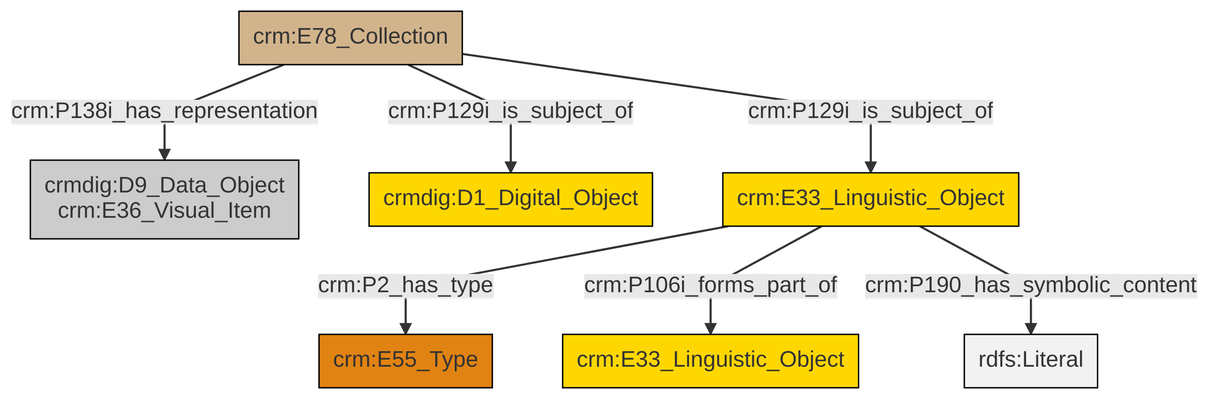
swiss-art-research-net/docs.swissartresearch keeps this Mermaid diagram as et/archivalCSV/ttl/mmd/png/archival_docs.png. Above is the earlier version. Its source is kept beside it as et/archivalCSV/ttl/mmd/archival_docs.ttl.mmd.
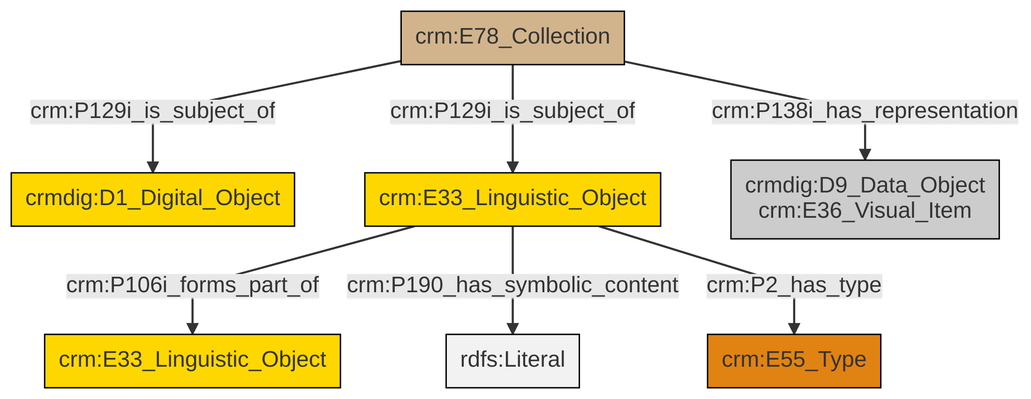
After the commit.

What changed in the source:
```diff
@@ -13,9 +13,9 @@
 classDef PC_Classes fill:#4ce600, stroke:#000000;
 classDef Multi fill:#cccccc,stroke:#000000;
 
-0["crm:E78_Collection"]:::Physical_Thing -->|crm:P138i_has_representation| 1["crmdig:D9_Data_Object<br>crm:E36_Visual_Item"]:::Multi
-6["crm:E33_Linguistic_Object"]:::Conceptual_Object -->|crm:P2_has_type| 4["crm:E55_Type"]:::Type
-0["crm:E78_Collection"]:::Physical_Thing -->|crm:P129i_is_subject_of| 2["crmdig:D1_Digital_Object"]:::Conceptual_Object
-0["crm:E78_Collection"]:::Physical_Thing -->|crm:P129i_is_subject_of| 6["crm:E33_Linguistic_Object"]:::Conceptual_Object
-6["crm:E33_Linguistic_Object"]:::Conceptual_Object -->|crm:P106i_forms_part_of| 8["crm:E33_Linguistic_Object"]:::Conceptual_Object
-6["crm:E33_Linguistic_Object"]:::Conceptual_Object -->|crm:P190_has_symbolic_content| 14[rdfs:Literal]:::Literal
+2["crm:E33_Linguistic_Object"]:::Conceptual_Object -->|crm:P106i_forms_part_of| 3["crm:E33_Linguistic_Object"]:::Conceptual_Object
+2["crm:E33_Linguistic_Object"]:::Conceptual_Object -->|crm:P190_has_symbolic_content| 6[rdfs:Literal]:::Literal
+7["crm:E78_Collection"]:::Physical_Thing -->|crm:P138i_has_representation| 4["crmdig:D9_Data_Object<br>crm:E36_Visual_Item"]:::Multi
+7["crm:E78_Collection"]:::Physical_Thing -->|crm:P129i_is_subject_of| 0["crmdig:D1_Digital_Object"]:::Conceptual_Object
+2["crm:E33_Linguistic_Object"]:::Conceptual_Object -->|crm:P2_has_type| 8["crm:E55_Type"]:::Type
+7["crm:E78_Collection"]:::Physical_Thing -->|crm:P129i_is_subject_of| 2["crm:E33_Linguistic_Object"]:::Conceptual_Object
```
